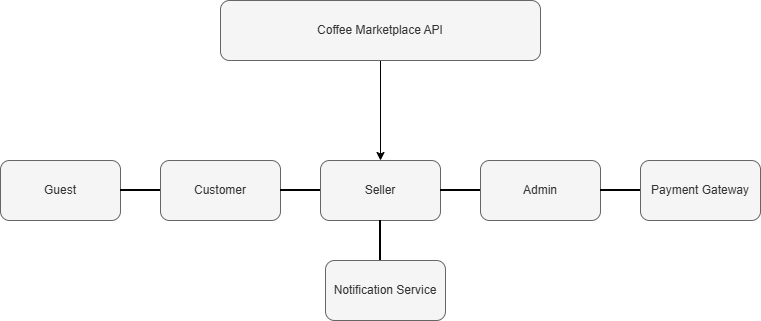
mahmoodCod/coffee-marketplace-api keeps this draw.io diagram as docs/business/diagrom/actors-diagram.png. Above is the earlier version. Source tidied: cells renumbered, new cells last; positions are measured from the earlier drawing's top-left corner, leaving out a move shared by most shapes. Source of this version:
```xml
<mxGraphModel background="light-dark(#FFFFFF,#121212)">
  <root>
    <mxCell id="0" />
    <mxCell id="1" parent="0" />
    <mxCell id="2" style="edgeStyle=orthogonalEdgeStyle;rounded=0;jettySize=auto;html=1;exitX=0.5;exitY=1;exitDx=0;exitDy=0;entryX=0.5;entryY=0;entryDx=0;entryDy=0;" parent="1" edge="1" source="3" target="6">
      <mxGeometry relative="1" as="geometry" />
    </mxCell>
    <mxCell id="3" value="Coffee Marketplace API" style="rounded=1;whiteSpace=wrap;html=1;align=center;fillColor=#f5f5f5;fontColor=#333333;strokeColor=#666666;" parent="1" vertex="1">
      <mxGeometry x="220" width="320" height="60" as="geometry" />
    </mxCell>
    <mxCell id="4" value="Guest" style="rounded=1;whiteSpace=wrap;html=1;fillColor=#f5f5f5;fontColor=#333333;strokeColor=#666666;" parent="1" vertex="1">
      <mxGeometry y="160" width="120" height="60" as="geometry" />
    </mxCell>
    <mxCell id="5" value="Customer" style="rounded=1;whiteSpace=wrap;html=1;fillColor=#f5f5f5;fontColor=#333333;strokeColor=#666666;" parent="1" vertex="1">
      <mxGeometry x="160" y="160" width="120" height="60" as="geometry" />
    </mxCell>
    <mxCell id="6" value="Seller" style="rounded=1;whiteSpace=wrap;html=1;fillColor=#f5f5f5;fontColor=#333333;strokeColor=#666666;" parent="1" vertex="1">
      <mxGeometry x="320" y="160" width="120" height="60" as="geometry" />
    </mxCell>
    <mxCell id="7" value="Admin" style="rounded=1;whiteSpace=wrap;html=1;fillColor=#f5f5f5;fontColor=#333333;strokeColor=#666666;" parent="1" vertex="1">
      <mxGeometry x="480" y="160" width="120" height="60" as="geometry" />
    </mxCell>
    <mxCell id="8" value="Payment Gateway" style="rounded=1;whiteSpace=wrap;html=1;fillColor=#f5f5f5;fontColor=#333333;strokeColor=#666666;" parent="1" vertex="1">
      <mxGeometry x="640" y="160" width="120" height="60" as="geometry" />
    </mxCell>
    <mxCell id="9" style="line;strokeWidth=2;html=1;" parent="1" vertex="1">
      <mxGeometry x="120" y="185" width="40" height="10" as="geometry" />
    </mxCell>
    <mxCell id="10" style="line;strokeWidth=2;html=1;" parent="1" vertex="1">
      <mxGeometry x="280" y="185" width="40" height="10" as="geometry" />
    </mxCell>
    <mxCell id="11" style="line;strokeWidth=2;html=1;" parent="1" vertex="1">
      <mxGeometry x="440" y="185" width="40" height="10" as="geometry" />
    </mxCell>
    <mxCell id="12" style="line;strokeWidth=2;html=1;" parent="1" vertex="1">
      <mxGeometry x="600" y="185" width="40" height="10" as="geometry" />
    </mxCell>
    <mxCell id="13" value="Notification Service" style="rounded=1;whiteSpace=wrap;html=1;fillColor=#f5f5f5;fontColor=#333333;strokeColor=#666666;" parent="1" vertex="1">
      <mxGeometry x="325" y="260" width="120" height="60" as="geometry" />
    </mxCell>
    <mxCell id="14" style="line;strokeWidth=2;direction=south;html=1;" parent="1" vertex="1">
      <mxGeometry x="375" y="220" width="10" height="40" as="geometry" />
    </mxCell>
  </root>
</mxGraphModel>
```
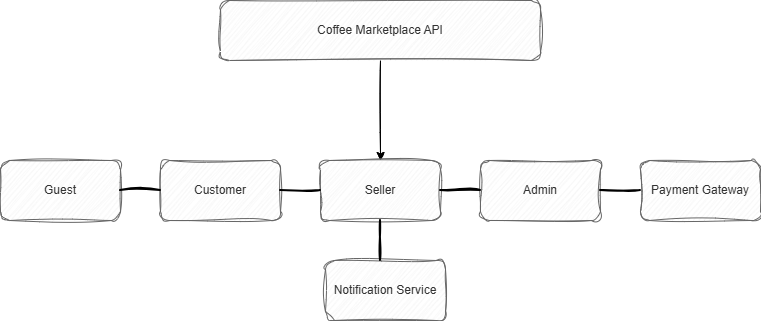
Later version of the same file.

Commit message:
docs(business): add marketplace use-case diagram

Introduce the use-case diagram covering Guest, Customer, Seller, Admin,
Payment Gateway, and Notification Service capabilities across browse,
checkout, catalog management, administration, payments, and messaging.

Add a use-case doc that links the diagram for easy reference, and refresh
the actors diagram asset to stay aligned with the current actor model.

Diff of the diagram source:
```diff
@@ -2,43 +2,43 @@
   <root>
     <mxCell id="0" />
     <mxCell id="1" parent="0" />
-    <mxCell id="2" style="edgeStyle=orthogonalEdgeStyle;rounded=0;jettySize=auto;html=1;exitX=0.5;exitY=1;exitDx=0;exitDy=0;entryX=0.5;entryY=0;entryDx=0;entryDy=0;" parent="1" edge="1" source="3" target="6">
+    <mxCell id="2" style="edgeStyle=orthogonalEdgeStyle;rounded=0;jettySize=auto;html=1;exitX=0.5;exitY=1;exitDx=0;exitDy=0;entryX=0.5;entryY=0;entryDx=0;entryDy=0;sketch=1;curveFitting=1;jiggle=2;" parent="1" edge="1" source="3" target="6">
       <mxGeometry relative="1" as="geometry" />
     </mxCell>
-    <mxCell id="3" value="Coffee Marketplace API" style="rounded=1;whiteSpace=wrap;html=1;align=center;fillColor=#f5f5f5;fontColor=#333333;strokeColor=#666666;" parent="1" vertex="1">
+    <mxCell id="3" value="Coffee Marketplace API" style="rounded=1;whiteSpace=wrap;html=1;align=center;fillColor=#f5f5f5;fontColor=#333333;strokeColor=#666666;sketch=1;curveFitting=1;jiggle=2;" parent="1" vertex="1">
       <mxGeometry x="220" width="320" height="60" as="geometry" />
     </mxCell>
-    <mxCell id="4" value="Guest" style="rounded=1;whiteSpace=wrap;html=1;fillColor=#f5f5f5;fontColor=#333333;strokeColor=#666666;" parent="1" vertex="1">
+    <mxCell id="4" value="Guest" style="rounded=1;whiteSpace=wrap;html=1;fillColor=#f5f5f5;fontColor=#333333;strokeColor=#666666;sketch=1;curveFitting=1;jiggle=2;" parent="1" vertex="1">
       <mxGeometry y="160" width="120" height="60" as="geometry" />
     </mxCell>
-    <mxCell id="5" value="Customer" style="rounded=1;whiteSpace=wrap;html=1;fillColor=#f5f5f5;fontColor=#333333;strokeColor=#666666;" parent="1" vertex="1">
+    <mxCell id="5" value="Customer" style="rounded=1;whiteSpace=wrap;html=1;fillColor=#f5f5f5;fontColor=#333333;strokeColor=#666666;sketch=1;curveFitting=1;jiggle=2;" parent="1" vertex="1">
       <mxGeometry x="160" y="160" width="120" height="60" as="geometry" />
     </mxCell>
-    <mxCell id="6" value="Seller" style="rounded=1;whiteSpace=wrap;html=1;fillColor=#f5f5f5;fontColor=#333333;strokeColor=#666666;" parent="1" vertex="1">
+    <mxCell id="6" value="Seller" style="rounded=1;whiteSpace=wrap;html=1;fillColor=#f5f5f5;fontColor=#333333;strokeColor=#666666;sketch=1;curveFitting=1;jiggle=2;" parent="1" vertex="1">
       <mxGeometry x="320" y="160" width="120" height="60" as="geometry" />
     </mxCell>
-    <mxCell id="7" value="Admin" style="rounded=1;whiteSpace=wrap;html=1;fillColor=#f5f5f5;fontColor=#333333;strokeColor=#666666;" parent="1" vertex="1">
+    <mxCell id="7" value="Admin" style="rounded=1;whiteSpace=wrap;html=1;fillColor=#f5f5f5;fontColor=#333333;strokeColor=#666666;sketch=1;curveFitting=1;jiggle=2;" parent="1" vertex="1">
       <mxGeometry x="480" y="160" width="120" height="60" as="geometry" />
     </mxCell>
-    <mxCell id="8" value="Payment Gateway" style="rounded=1;whiteSpace=wrap;html=1;fillColor=#f5f5f5;fontColor=#333333;strokeColor=#666666;" parent="1" vertex="1">
+    <mxCell id="8" value="Payment Gateway" style="rounded=1;whiteSpace=wrap;html=1;fillColor=#f5f5f5;fontColor=#333333;strokeColor=#666666;sketch=1;curveFitting=1;jiggle=2;" parent="1" vertex="1">
       <mxGeometry x="640" y="160" width="120" height="60" as="geometry" />
     </mxCell>
-    <mxCell id="9" style="line;strokeWidth=2;html=1;" parent="1" vertex="1">
+    <mxCell id="9" style="line;strokeWidth=2;html=1;sketch=1;curveFitting=1;jiggle=2;" parent="1" vertex="1">
       <mxGeometry x="120" y="185" width="40" height="10" as="geometry" />
     </mxCell>
-    <mxCell id="10" style="line;strokeWidth=2;html=1;" parent="1" vertex="1">
+    <mxCell id="10" style="line;strokeWidth=2;html=1;sketch=1;curveFitting=1;jiggle=2;" parent="1" vertex="1">
       <mxGeometry x="280" y="185" width="40" height="10" as="geometry" />
     </mxCell>
-    <mxCell id="11" style="line;strokeWidth=2;html=1;" parent="1" vertex="1">
+    <mxCell id="11" style="line;strokeWidth=2;html=1;sketch=1;curveFitting=1;jiggle=2;" parent="1" vertex="1">
       <mxGeometry x="440" y="185" width="40" height="10" as="geometry" />
     </mxCell>
-    <mxCell id="12" style="line;strokeWidth=2;html=1;" parent="1" vertex="1">
+    <mxCell id="12" style="line;strokeWidth=2;html=1;sketch=1;curveFitting=1;jiggle=2;" parent="1" vertex="1">
       <mxGeometry x="600" y="185" width="40" height="10" as="geometry" />
     </mxCell>
-    <mxCell id="13" value="Notification Service" style="rounded=1;whiteSpace=wrap;html=1;fillColor=#f5f5f5;fontColor=#333333;strokeColor=#666666;" parent="1" vertex="1">
+    <mxCell id="13" value="Notification Service" style="rounded=1;whiteSpace=wrap;html=1;fillColor=#f5f5f5;fontColor=#333333;strokeColor=#666666;sketch=1;curveFitting=1;jiggle=2;" parent="1" vertex="1">
       <mxGeometry x="325" y="260" width="120" height="60" as="geometry" />
     </mxCell>
-    <mxCell id="14" style="line;strokeWidth=2;direction=south;html=1;" parent="1" vertex="1">
+    <mxCell id="14" style="line;strokeWidth=2;direction=south;html=1;sketch=1;curveFitting=1;jiggle=2;" parent="1" vertex="1">
       <mxGeometry x="375" y="220" width="10" height="40" as="geometry" />
     </mxCell>
   </root>
```
